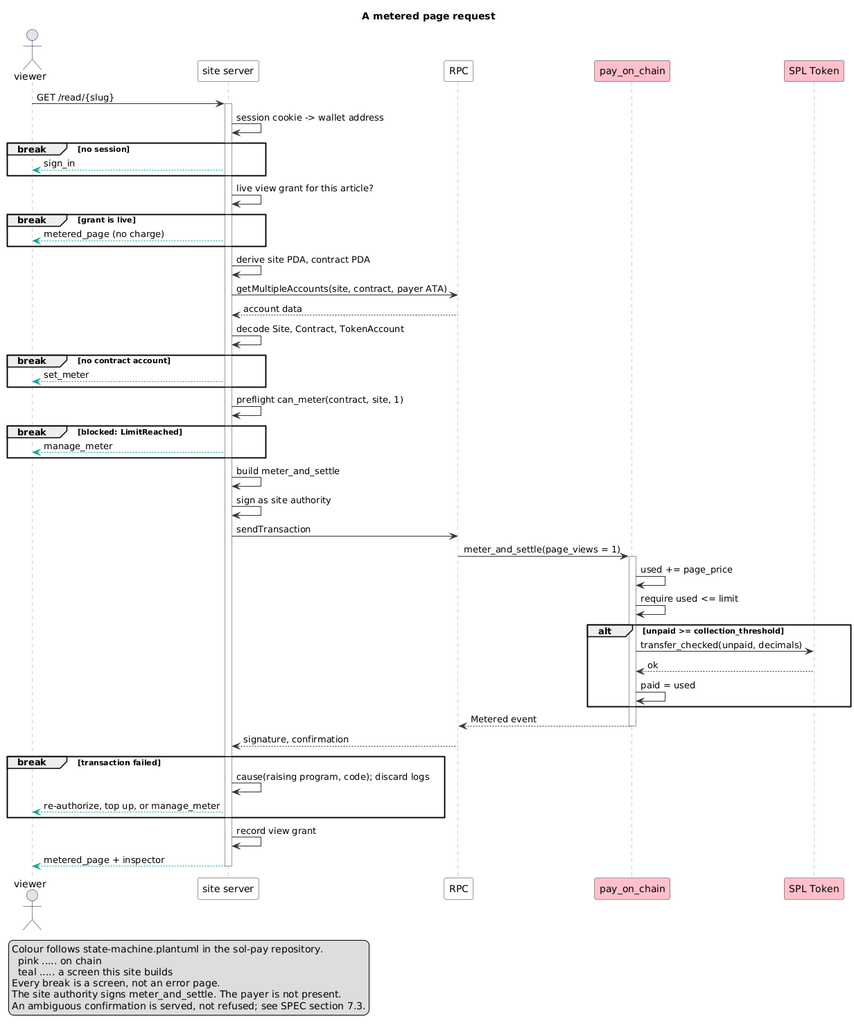
This is metered-request.png from wbreeze/sol-pay-demonstrator, a PlantUML export, as it was before one commit.
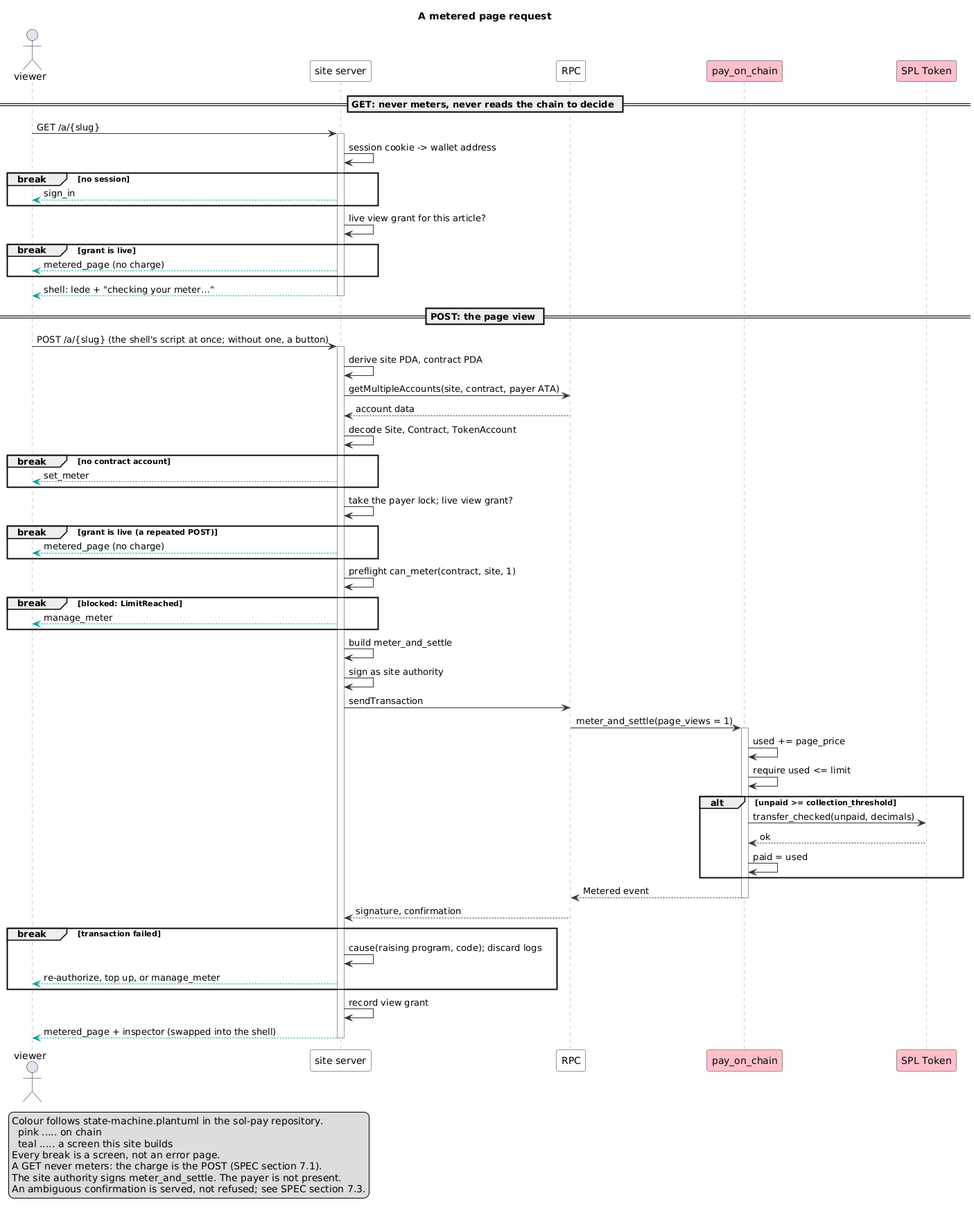
The same file after the commit.

Commit message:
Display lede while RPC metering for full page

Change to the diagram source:
```diff
@@ -16,7 +16,9 @@
 participant "pay_on_chain" as P #pink
 participant "SPL Token" as T #pink
 
-V -> S : GET /read/{slug}
+== GET: never meters, never reads the chain to decide ==
+
+V -> S : GET /a/{slug}
 activate S
 
 S -> S : session cookie -> wallet address
@@ -29,12 +31,25 @@
   S -[#00A0A0]-> V : metered_page (no charge)
 end
 
+S -[#00A0A0]-> V : shell: lede + "checking your meter…"
+deactivate S
+
+== POST: the page view ==
+
+V -> S : POST /a/{slug} (the shell's script at once; without one, a button)
+activate S
+
 S -> S : derive site PDA, contract PDA
 S -> R : getMultipleAccounts(site, contract, payer ATA)
 R --> S : account data
 S -> S : decode Site, Contract, TokenAccount
 break no contract account
   S -[#00A0A0]-> V : set_meter
+end
+
+S -> S : take the payer lock; live view grant?
+break grant is live (a repeated POST)
+  S -[#00A0A0]-> V : metered_page (no charge)
 end
 
 S -> S : preflight can_meter(contract, site, 1)
@@ -64,7 +79,7 @@
 end
 
 S -> S : record view grant
-S -[#00A0A0]-> V : metered_page + inspector
+S -[#00A0A0]-> V : metered_page + inspector (swapped into the shell)
 deactivate S
 
 legend left
@@ -72,6 +87,7 @@
   pink ..... on chain
   teal ..... a screen this site builds
 Every break is a screen, not an error page.
+A GET never meters: the charge is the POST (SPEC section 7.1).
 The site authority signs meter_and_settle. The payer is not present.
 An ambiguous confirmation is served, not refused; see SPEC section 7.3.
 endlegend
```
